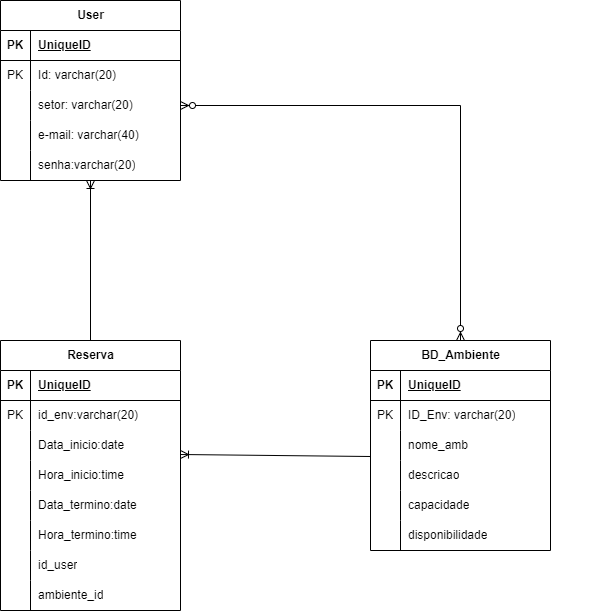
ICEI-PUC-Minas-PMV-ADS/pmv-ads-2023-2-e2-proj-int-t10-pmv-ads-2023-2-e2-proj-int-t10-easybook keeps this draw.io diagram as docs/img/PBD.drawio.png. Above is the earlier version. Source tidied: cells renumbered, new cells last; positions are measured from the earlier drawing's top-left corner, leaving out a move shared by most shapes.
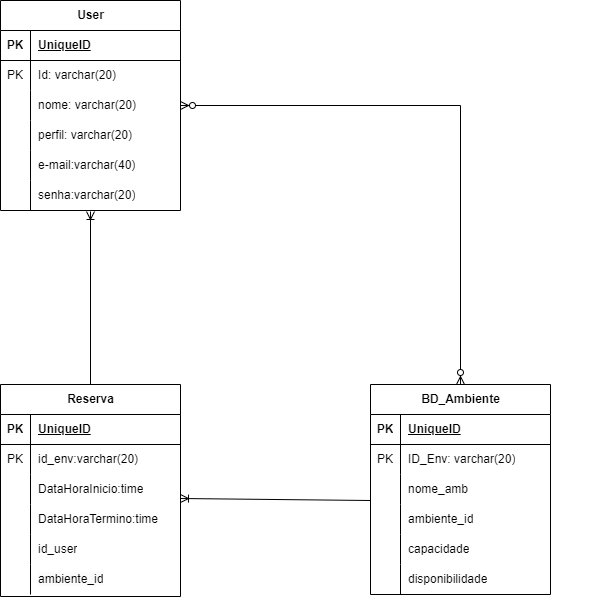
After the change.

What changed in the source:
```diff
@@ -3,7 +3,7 @@
     <mxCell id="0" />
     <mxCell id="1" parent="0" />
     <mxCell id="2" value="User" style="shape=table;startSize=30;rowLines=0;fontStyle=1;align=center;html=1;labelBackgroundColor=none;" parent="1" vertex="1">
-      <mxGeometry width="180" height="180" as="geometry" />
+      <mxGeometry y="-31" width="180" height="210" as="geometry" />
     </mxCell>
     <mxCell id="3" style="shape=tableRow;horizontal=0;startSize=0;swimlaneHead=0;swimlaneBody=0;fillColor=none;top=0;left=0;right=0;bottom=1;labelBackgroundColor=none;" parent="2" vertex="1">
       <mxGeometry y="30" width="180" height="30" as="geometry" />
@@ -29,7 +29,7 @@
     <mxCell id="10" style="shape=partialRectangle;fillColor=none;top=0;left=0;bottom=0;right=0;overflow=hidden;whiteSpace=wrap;html=1;labelBackgroundColor=none;" parent="9" vertex="1">
       <mxGeometry width="30" height="30" as="geometry" />
     </mxCell>
-    <mxCell id="11" value="setor: varchar(20)" style="shape=partialRectangle;fillColor=none;top=0;left=0;bottom=0;right=0;align=left;spacingLeft=6;overflow=hidden;whiteSpace=wrap;html=1;labelBackgroundColor=none;" parent="9" vertex="1">
+    <mxCell id="11" value="nome: varchar(20)" style="shape=partialRectangle;fillColor=none;top=0;left=0;bottom=0;right=0;align=left;spacingLeft=6;overflow=hidden;whiteSpace=wrap;html=1;labelBackgroundColor=none;" parent="9" vertex="1">
       <mxGeometry x="30" width="150" height="30" as="geometry" />
     </mxCell>
     <mxCell id="12" style="shape=tableRow;horizontal=0;startSize=0;swimlaneHead=0;swimlaneBody=0;fillColor=none;top=0;left=0;right=0;bottom=0;labelBackgroundColor=none;" parent="2" vertex="1">
@@ -38,7 +38,7 @@
     <mxCell id="13" style="shape=partialRectangle;fillColor=none;top=0;left=0;bottom=0;right=0;overflow=hidden;whiteSpace=wrap;html=1;labelBackgroundColor=none;" parent="12" vertex="1">
       <mxGeometry width="30" height="30" as="geometry" />
     </mxCell>
-    <mxCell id="14" value="e-mail: varchar(40)" style="shape=partialRectangle;fillColor=none;top=0;left=0;bottom=0;right=0;align=left;spacingLeft=6;overflow=hidden;whiteSpace=wrap;html=1;labelBackgroundColor=none;" parent="12" vertex="1">
+    <mxCell id="14" value="perfil: varchar(20)" style="shape=partialRectangle;fillColor=none;top=0;left=0;bottom=0;right=0;align=left;spacingLeft=6;overflow=hidden;whiteSpace=wrap;html=1;labelBackgroundColor=none;" parent="12" vertex="1">
       <mxGeometry x="30" width="150" height="30" as="geometry" />
     </mxCell>
     <mxCell id="15" style="shape=tableRow;horizontal=0;startSize=0;swimlaneHead=0;swimlaneBody=0;fillColor=none;top=0;left=0;right=0;bottom=0;labelBackgroundColor=none;" parent="2" vertex="1">
@@ -47,11 +47,20 @@
     <mxCell id="16" style="shape=partialRectangle;fillColor=none;top=0;left=0;bottom=0;right=0;overflow=hidden;whiteSpace=wrap;html=1;labelBackgroundColor=none;" parent="15" vertex="1">
       <mxGeometry width="30" height="30" as="geometry" />
     </mxCell>
-    <mxCell id="17" value="senha:varchar(20)" style="shape=partialRectangle;fillColor=none;top=0;left=0;bottom=0;right=0;align=left;spacingLeft=6;overflow=hidden;whiteSpace=wrap;html=1;labelBackgroundColor=none;" parent="15" vertex="1">
+    <mxCell id="17" value="e-mail:varchar(40)" style="shape=partialRectangle;fillColor=none;top=0;left=0;bottom=0;right=0;align=left;spacingLeft=6;overflow=hidden;whiteSpace=wrap;html=1;labelBackgroundColor=none;" parent="15" vertex="1">
       <mxGeometry x="30" width="150" height="30" as="geometry" />
     </mxCell>
+    <mxCell id="66" style="shape=tableRow;horizontal=0;startSize=0;swimlaneHead=0;swimlaneBody=0;fillColor=none;top=0;left=0;right=0;bottom=0;labelBackgroundColor=none;" parent="2" vertex="1">
+      <mxGeometry y="180" width="180" height="30" as="geometry" />
+    </mxCell>
+    <mxCell id="67" style="shape=partialRectangle;fillColor=none;top=0;left=0;bottom=0;right=0;overflow=hidden;whiteSpace=wrap;html=1;labelBackgroundColor=none;" parent="66" vertex="1">
+      <mxGeometry width="30" height="30" as="geometry" />
+    </mxCell>
+    <mxCell id="68" value="senha:varchar(20)" style="shape=partialRectangle;fillColor=none;top=0;left=0;bottom=0;right=0;align=left;spacingLeft=6;overflow=hidden;whiteSpace=wrap;html=1;labelBackgroundColor=none;" parent="66" vertex="1">
+      <mxGeometry x="30" width="150" height="30" as="geometry" />
+    </mxCell>
     <mxCell id="18" value="Reserva" style="shape=table;startSize=30;rowLines=0;fontStyle=1;align=center;html=1;labelBackgroundColor=none;" parent="1" vertex="1">
-      <mxGeometry y="340" width="180" height="270" as="geometry" />
+      <mxGeometry y="353" width="180" height="212" as="geometry" />
     </mxCell>
     <mxCell id="19" style="shape=tableRow;horizontal=0;startSize=0;swimlaneHead=0;swimlaneBody=0;fillColor=none;top=0;left=0;right=0;bottom=1;labelBackgroundColor=none;" parent="18" vertex="1">
       <mxGeometry y="30" width="180" height="30" as="geometry" />
@@ -77,7 +86,7 @@
     <mxCell id="26" style="shape=partialRectangle;fillColor=none;top=0;left=0;bottom=0;right=0;overflow=hidden;whiteSpace=wrap;html=1;labelBackgroundColor=none;" parent="25" vertex="1">
       <mxGeometry width="30" height="30" as="geometry" />
     </mxCell>
-    <mxCell id="27" value="Data_inicio:date" style="shape=partialRectangle;fillColor=none;top=0;left=0;bottom=0;right=0;align=left;spacingLeft=6;overflow=hidden;whiteSpace=wrap;html=1;labelBackgroundColor=none;" parent="25" vertex="1">
+    <mxCell id="27" value="DataHoraInicio:time" style="shape=partialRectangle;fillColor=none;top=0;left=0;bottom=0;right=0;align=left;spacingLeft=6;overflow=hidden;whiteSpace=wrap;html=1;labelBackgroundColor=none;" parent="25" vertex="1">
       <mxGeometry x="30" width="150" height="30" as="geometry" />
     </mxCell>
     <mxCell id="28" style="shape=tableRow;horizontal=0;startSize=0;swimlaneHead=0;swimlaneBody=0;fillColor=none;points=[[0,0.5],[1,0.5]];portConstraint=eastwest;top=0;left=0;right=0;bottom=0;labelBackgroundColor=none;" parent="18" vertex="1">
@@ -86,7 +95,7 @@
     <mxCell id="29" style="shape=partialRectangle;fillColor=none;top=0;left=0;bottom=0;right=0;overflow=hidden;whiteSpace=wrap;html=1;labelBackgroundColor=none;" parent="28" vertex="1">
       <mxGeometry width="30" height="30" as="geometry" />
     </mxCell>
-    <mxCell id="30" value="Hora_inicio:time" style="shape=partialRectangle;fillColor=none;top=0;left=0;bottom=0;right=0;align=left;spacingLeft=6;overflow=hidden;whiteSpace=wrap;html=1;labelBackgroundColor=none;" parent="28" vertex="1">
+    <mxCell id="30" value="DataHoraTermino:time" style="shape=partialRectangle;fillColor=none;top=0;left=0;bottom=0;right=0;align=left;spacingLeft=6;overflow=hidden;whiteSpace=wrap;html=1;labelBackgroundColor=none;" parent="28" vertex="1">
       <mxGeometry x="30" width="150" height="30" as="geometry" />
     </mxCell>
     <mxCell id="31" style="shape=tableRow;horizontal=0;startSize=0;swimlaneHead=0;swimlaneBody=0;fillColor=none;top=0;left=0;right=0;bottom=0;labelBackgroundColor=none;" parent="18" vertex="1">
@@ -95,7 +104,7 @@
     <mxCell id="32" style="shape=partialRectangle;fillColor=none;top=0;left=0;bottom=0;right=0;overflow=hidden;whiteSpace=wrap;html=1;labelBackgroundColor=none;" parent="31" vertex="1">
       <mxGeometry width="30" height="30" as="geometry" />
     </mxCell>
-    <mxCell id="33" value="Data_termino:date" style="shape=partialRectangle;fillColor=none;top=0;left=0;bottom=0;right=0;align=left;spacingLeft=6;overflow=hidden;whiteSpace=wrap;html=1;labelBackgroundColor=none;" parent="31" vertex="1">
+    <mxCell id="33" value="id_user" style="shape=partialRectangle;fillColor=none;top=0;left=0;bottom=0;right=0;align=left;spacingLeft=6;overflow=hidden;whiteSpace=wrap;html=1;labelBackgroundColor=none;" parent="31" vertex="1">
       <mxGeometry x="30" width="150" height="30" as="geometry" />
     </mxCell>
     <mxCell id="34" style="shape=tableRow;horizontal=0;startSize=0;swimlaneHead=0;swimlaneBody=0;fillColor=none;top=0;left=0;right=0;bottom=0;labelBackgroundColor=none;" parent="18" vertex="1">
@@ -104,32 +113,14 @@
     <mxCell id="35" style="shape=partialRectangle;fillColor=none;top=0;left=0;bottom=0;right=0;overflow=hidden;whiteSpace=wrap;html=1;labelBackgroundColor=none;" parent="34" vertex="1">
       <mxGeometry width="30" height="30" as="geometry" />
     </mxCell>
-    <mxCell id="36" value="Hora_termino:time" style="shape=partialRectangle;fillColor=none;top=0;left=0;bottom=0;right=0;align=left;spacingLeft=6;overflow=hidden;whiteSpace=wrap;html=1;labelBackgroundColor=none;" parent="34" vertex="1">
+    <mxCell id="36" value="&lt;span style=&quot;color: rgb(0, 0, 0); font-family: Helvetica; font-size: 12px; font-style: normal; font-variant-ligatures: normal; font-variant-caps: normal; font-weight: 400; letter-spacing: normal; orphans: 2; text-indent: 0px; text-transform: none; widows: 2; word-spacing: 0px; -webkit-text-stroke-width: 0px; background-color: rgb(251, 251, 251); text-decoration-thickness: initial; text-decoration-style: initial; text-decoration-color: initial; float: none; display: inline !important;&quot;&gt;ambiente_id&lt;/span&gt;" style="shape=partialRectangle;fillColor=none;top=0;left=0;bottom=0;right=0;align=left;spacingLeft=6;overflow=hidden;whiteSpace=wrap;html=1;labelBackgroundColor=none;shadow=0;" parent="34" vertex="1">
       <mxGeometry x="30" width="150" height="30" as="geometry" />
     </mxCell>
-    <mxCell id="37" style="shape=tableRow;horizontal=0;startSize=0;swimlaneHead=0;swimlaneBody=0;fillColor=none;top=0;left=0;right=0;bottom=0;labelBackgroundColor=none;" parent="18" vertex="1">
-      <mxGeometry y="210" width="180" height="30" as="geometry" />
-    </mxCell>
-    <mxCell id="38" style="shape=partialRectangle;fillColor=none;top=0;left=0;bottom=0;right=0;overflow=hidden;whiteSpace=wrap;html=1;labelBackgroundColor=none;" parent="37" vertex="1">
-      <mxGeometry width="30" height="30" as="geometry" />
-    </mxCell>
-    <mxCell id="39" value="id_user" style="shape=partialRectangle;fillColor=none;top=0;left=0;bottom=0;right=0;align=left;spacingLeft=6;overflow=hidden;whiteSpace=wrap;html=1;labelBackgroundColor=none;" parent="37" vertex="1">
-      <mxGeometry x="30" width="150" height="30" as="geometry" />
-    </mxCell>
-    <mxCell id="40" style="shape=tableRow;horizontal=0;startSize=0;swimlaneHead=0;swimlaneBody=0;fillColor=none;top=0;left=0;right=0;bottom=0;labelBackgroundColor=none;" parent="18" vertex="1">
-      <mxGeometry y="240" width="180" height="30" as="geometry" />
-    </mxCell>
-    <mxCell id="41" style="shape=partialRectangle;fillColor=none;top=0;left=0;bottom=0;right=0;overflow=hidden;whiteSpace=wrap;html=1;labelBackgroundColor=none;" parent="40" vertex="1">
-      <mxGeometry width="30" height="30" as="geometry" />
-    </mxCell>
-    <mxCell id="42" value="ambiente_id" style="shape=partialRectangle;fillColor=none;top=0;left=0;bottom=0;right=0;align=left;spacingLeft=6;overflow=hidden;whiteSpace=wrap;html=1;labelBackgroundColor=none;" parent="40" vertex="1">
-      <mxGeometry x="30" width="150" height="30" as="geometry" />
-    </mxCell>
     <mxCell id="43" style="shape=partialRectangle;fillColor=none;top=0;left=0;bottom=0;right=0;align=left;spacingLeft=6;overflow=hidden;whiteSpace=wrap;html=1;labelBackgroundColor=none;" parent="1" vertex="1">
       <mxGeometry x="450" y="100" width="150" height="90" as="geometry" />
     </mxCell>
     <mxCell id="44" value="BD_Ambiente" style="shape=table;startSize=30;rowLines=0;fontStyle=1;align=center;html=1;labelBackgroundColor=none;" parent="1" vertex="1">
-      <mxGeometry x="370" y="340" width="180" height="210" as="geometry" />
+      <mxGeometry x="370" y="353" width="180" height="210" as="geometry" />
     </mxCell>
     <mxCell id="45" style="shape=tableRow;horizontal=0;startSize=0;swimlaneHead=0;swimlaneBody=0;fillColor=none;top=0;left=0;right=0;bottom=1;labelBackgroundColor=none;" parent="44" vertex="1">
       <mxGeometry y="30" width="180" height="30" as="geometry" />
@@ -164,7 +155,7 @@
     <mxCell id="55" style="shape=partialRectangle;fillColor=none;top=0;left=0;bottom=0;right=0;overflow=hidden;whiteSpace=wrap;html=1;labelBackgroundColor=none;" parent="54" vertex="1">
       <mxGeometry width="30" height="30" as="geometry" />
     </mxCell>
-    <mxCell id="56" value="descricao" style="shape=partialRectangle;fillColor=none;top=0;left=0;bottom=0;right=0;align=left;spacingLeft=6;overflow=hidden;whiteSpace=wrap;html=1;labelBackgroundColor=none;" parent="54" vertex="1">
+    <mxCell id="56" value="ambiente_id" style="shape=partialRectangle;fillColor=none;top=0;left=0;bottom=0;right=0;align=left;spacingLeft=6;overflow=hidden;whiteSpace=wrap;html=1;labelBackgroundColor=none;" parent="54" vertex="1">
       <mxGeometry x="30" width="150" height="30" as="geometry" />
     </mxCell>
     <mxCell id="57" style="shape=tableRow;horizontal=0;startSize=0;swimlaneHead=0;swimlaneBody=0;fillColor=none;top=0;left=0;right=0;bottom=0;labelBackgroundColor=none;" parent="44" vertex="1">
```
